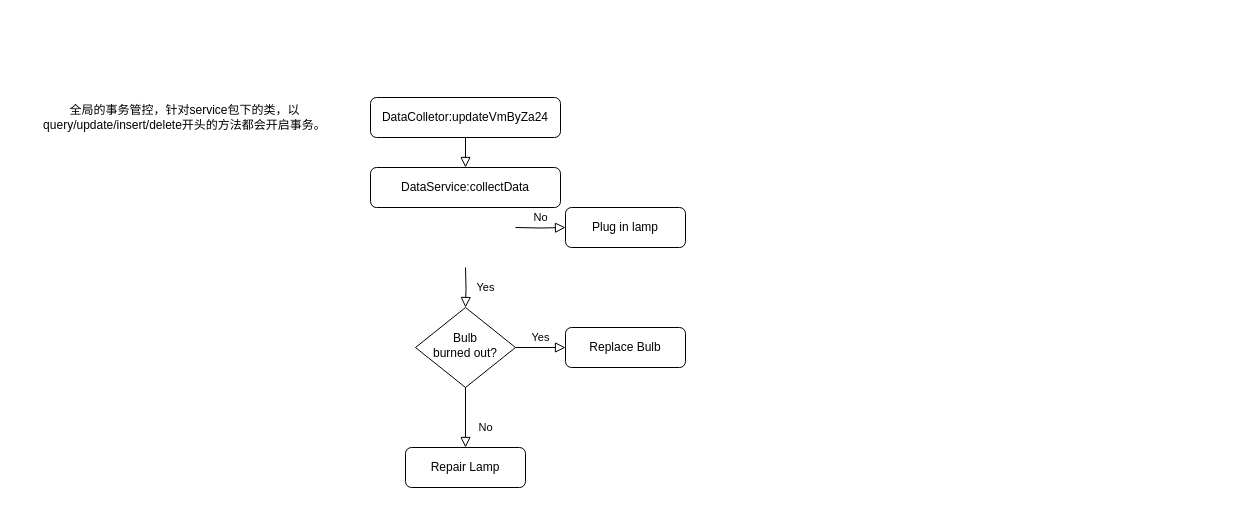
Above: 未命名绘图.drawio in 1061313113/Chart (draw.io), before the change. Source tidied: cells renumbered, new cells numbered last; positions are measured from the earlier drawing's top-left corner, leaving out a move shared by most shapes. Both pictures are drawn from the tidied source at 100%, with x=0, y=0 at pixel (17, 89).
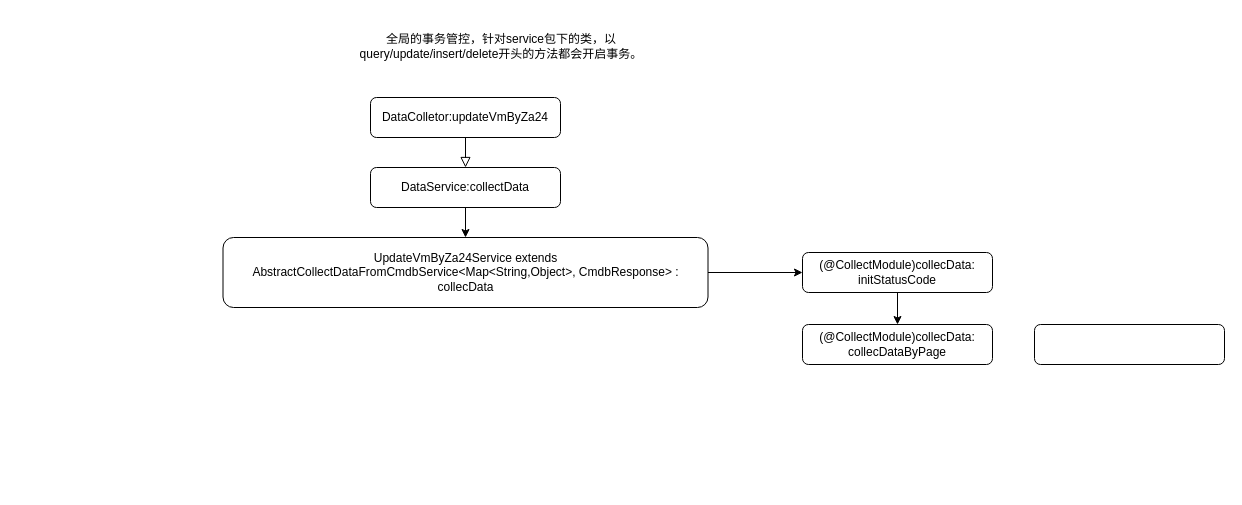
The same diagram, later.

Commit message:
更新未命名绘图.drawio

Change to the diagram source:
```diff
@@
 <mxGraphModel>
   <root>
     <mxCell id="0" />
     <mxCell id="1" parent="0" />
     <mxCell id="2" style="rounded=0;html=1;jettySize=auto;fontSize=11;endArrow=block;endFill=0;endSize=8;strokeWidth=1;shadow=0;labelBackgroundColor=none;edgeStyle=orthogonalEdgeStyle;entryX=0.5;entryY=0;entryDx=0;entryDy=0;" parent="1" edge="1" source="3" target="12">
       <mxGeometry relative="1" as="geometry" />
     </mxCell>
     <mxCell id="3" value="DataColletor:updateVmByZa24" style="rounded=1;whiteSpace=wrap;html=1;fontSize=12;glass=0;strokeWidth=1;shadow=0;" parent="1" vertex="1">
       <mxGeometry x="353" y="8" width="190" height="40" as="geometry" />
     </mxCell>
-    <mxCell id="4" value="Yes" style="rounded=0;html=1;jettySize=auto;fontSize=11;endArrow=block;endFill=0;endSize=8;strokeWidth=1;shadow=0;labelBackgroundColor=none;edgeStyle=orthogonalEdgeStyle;" parent="1" edge="1" target="9">
-      <mxGeometry y="20" relative="1" as="geometry">
-        <mxPoint x="448" y="178" as="sourcePoint" />
-      </mxGeometry>
-    </mxCell>
-    <mxCell id="5" value="No" style="edgeStyle=orthogonalEdgeStyle;rounded=0;html=1;jettySize=auto;fontSize=11;endArrow=block;endFill=0;endSize=8;strokeWidth=1;shadow=0;labelBackgroundColor=none;" parent="1" edge="1" target="6">
-      <mxGeometry y="10" relative="1" as="geometry">
-        <mxPoint x="498" y="138" as="sourcePoint" />
-      </mxGeometry>
-    </mxCell>
-    <mxCell id="6" value="Plug in lamp" style="rounded=1;whiteSpace=wrap;html=1;fontSize=12;glass=0;strokeWidth=1;shadow=0;" parent="1" vertex="1">
-      <mxGeometry x="548" y="118" width="120" height="40" as="geometry" />
-    </mxCell>
-    <mxCell id="7" value="No" style="rounded=0;html=1;jettySize=auto;fontSize=11;endArrow=block;endFill=0;endSize=8;strokeWidth=1;shadow=0;labelBackgroundColor=none;edgeStyle=orthogonalEdgeStyle;" parent="1" edge="1" source="9" target="10">
-      <mxGeometry x="0.33" y="20" relative="1" as="geometry" />
-    </mxCell>
-    <mxCell id="8" value="Yes" style="edgeStyle=orthogonalEdgeStyle;rounded=0;html=1;jettySize=auto;fontSize=11;endArrow=block;endFill=0;endSize=8;strokeWidth=1;shadow=0;labelBackgroundColor=none;" parent="1" edge="1" source="9" target="11">
-      <mxGeometry y="10" relative="1" as="geometry" />
-    </mxCell>
-    <mxCell id="9" value="Bulb&lt;br&gt;burned out?" style="rhombus;whiteSpace=wrap;html=1;shadow=0;fontFamily=Helvetica;fontSize=12;align=center;strokeWidth=1;spacing=6;spacingTop=-4;" parent="1" vertex="1">
-      <mxGeometry x="398" y="218" width="100" height="80" as="geometry" />
-    </mxCell>
-    <mxCell id="10" value="Repair Lamp" style="rounded=1;whiteSpace=wrap;html=1;fontSize=12;glass=0;strokeWidth=1;shadow=0;" parent="1" vertex="1">
-      <mxGeometry x="388" y="358" width="120" height="40" as="geometry" />
-    </mxCell>
-    <mxCell id="11" value="Replace Bulb" style="rounded=1;whiteSpace=wrap;html=1;fontSize=12;glass=0;strokeWidth=1;shadow=0;" parent="1" vertex="1">
-      <mxGeometry x="548" y="238" width="120" height="40" as="geometry" />
-    </mxCell>
+    <mxCell id="14" style="edgeStyle=orthogonalEdgeStyle;rounded=0;jettySize=auto;html=1;exitX=0.5;exitY=1;exitDx=0;exitDy=0;entryX=0.5;entryY=0;entryDx=0;entryDy=0;" parent="1" edge="1" source="12" target="16">
+      <mxGeometry relative="1" as="geometry" />
+    </mxCell>
     <mxCell id="12" value="DataService:collectData" style="rounded=1;whiteSpace=wrap;html=1;fontSize=12;glass=0;strokeWidth=1;shadow=0;" parent="1" vertex="1">
       <mxGeometry x="353" y="78" width="190" height="40" as="geometry" />
     </mxCell>
     <mxCell id="13" value="全局的事务管控，针对service包下的类，以query/update/insert/delete开头的方法都会开启事务。" style="text;html=1;strokeColor=none;fillColor=none;align=center;verticalAlign=middle;whiteSpace=wrap;rounded=0;" parent="1" vertex="1">
-      <mxGeometry y="-0.5" width="335" height="57" as="geometry" />
+      <mxGeometry x="340" y="-72" width="288" height="57.5" as="geometry" />
     </mxCell>
+    <mxCell id="15" style="edgeStyle=orthogonalEdgeStyle;rounded=0;jettySize=auto;html=1;exitX=1;exitY=0.5;exitDx=0;exitDy=0;entryX=0;entryY=0.5;entryDx=0;entryDy=0;" parent="1" edge="1" source="16" target="18">
+      <mxGeometry relative="1" as="geometry" />
+    </mxCell>
+    <mxCell id="16" value="UpdateVmByZa24Service extends AbstractCollectDataFromCmdbService&amp;lt;Map&amp;lt;String,Object&amp;gt;, CmdbResponse&amp;gt; : collecData" style="rounded=1;whiteSpace=wrap;html=1;fontSize=12;glass=0;strokeWidth=1;shadow=0;" parent="1" vertex="1">
+      <mxGeometry x="205.5" y="148" width="485" height="70" as="geometry" />
+    </mxCell>
+    <mxCell id="17" style="edgeStyle=orthogonalEdgeStyle;rounded=0;jettySize=auto;html=1;" parent="1" edge="1" source="18" target="19">
+      <mxGeometry relative="1" as="geometry" />
+    </mxCell>
+    <mxCell id="18" value="(@CollectModule)collecData: initStatusCode" style="rounded=1;whiteSpace=wrap;html=1;fontSize=12;glass=0;strokeWidth=1;shadow=0;" parent="1" vertex="1">
+      <mxGeometry x="785" y="163" width="190" height="40" as="geometry" />
+    </mxCell>
+    <mxCell id="19" value="(@CollectModule)collecData: collecDataByPage" style="rounded=1;whiteSpace=wrap;html=1;fontSize=12;glass=0;strokeWidth=1;shadow=0;" parent="1" vertex="1">
+      <mxGeometry x="785" y="235" width="190" height="40" as="geometry" />
+    </mxCell>
+    <mxCell id="20" style="rounded=1;whiteSpace=wrap;html=1;fontSize=12;glass=0;strokeWidth=1;shadow=0;" parent="1" vertex="1">
+      <mxGeometry x="1017" y="235" width="190" height="40" as="geometry" />
+    </mxCell>
   </root>
 </mxGraphModel>
```
